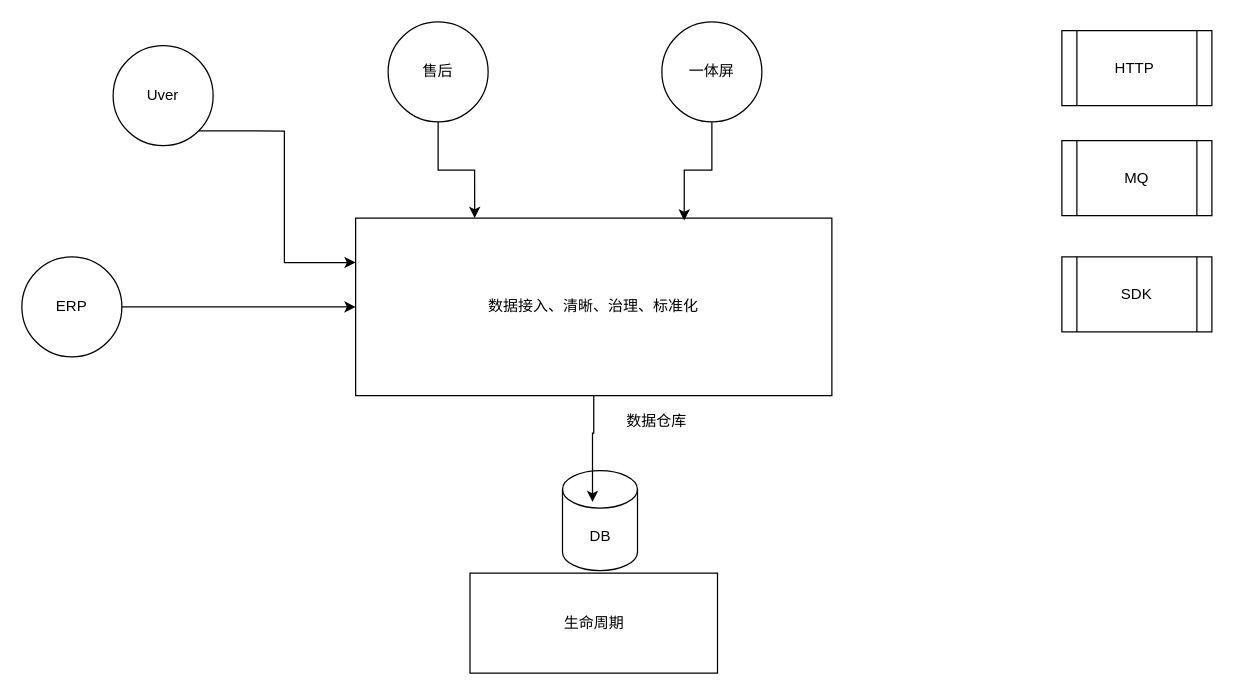
Earlier version of the draw.io diagram page "temp" (13 of 15) of donggao-20230703.drawio (yangchenyu/micro-service). Source tidied: cells renumbered, new cells numbered last; positions are measured from the earlier drawing's top-left corner, leaving out a move shared by most shapes. Both pictures are drawn from the tidied source at 125%, with x=0, y=0 at pixel (21, 21).
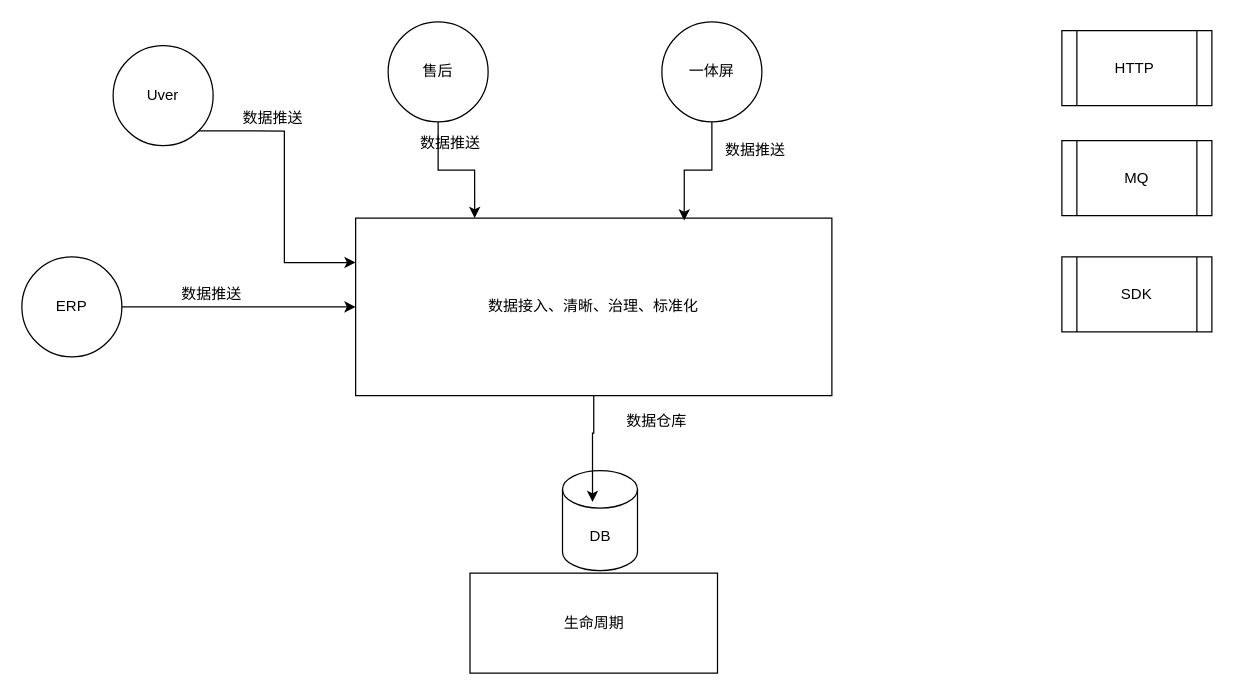
Above is the later version.

Diff of the diagram source:
```diff
@@
+    <mxCell id="18" value="数据推送" style="text;html=1;strokeColor=none;fillColor=none;align=center;verticalAlign=middle;whiteSpace=wrap;rounded=0;" parent="1" vertex="1">
+      <mxGeometry x="122" y="203" width="60" height="30" as="geometry" />
+    </mxCell>
+    <mxCell id="19" value="数据推送" style="text;html=1;strokeColor=none;fillColor=none;align=center;verticalAlign=middle;whiteSpace=wrap;rounded=0;" parent="1" vertex="1">
+      <mxGeometry x="171" y="62" width="60" height="30" as="geometry" />
+    </mxCell>
+    <mxCell id="20" value="数据推送" style="text;html=1;strokeColor=none;fillColor=none;align=center;verticalAlign=middle;whiteSpace=wrap;rounded=0;" parent="1" vertex="1">
+      <mxGeometry x="313" y="82" width="60" height="30" as="geometry" />
+    </mxCell>
+    <mxCell id="21" value="数据推送" style="text;html=1;strokeColor=none;fillColor=none;align=center;verticalAlign=middle;whiteSpace=wrap;rounded=0;" parent="1" vertex="1">
+      <mxGeometry x="556.5" y="88" width="60" height="30" as="geometry" />
+    </mxCell>
```
